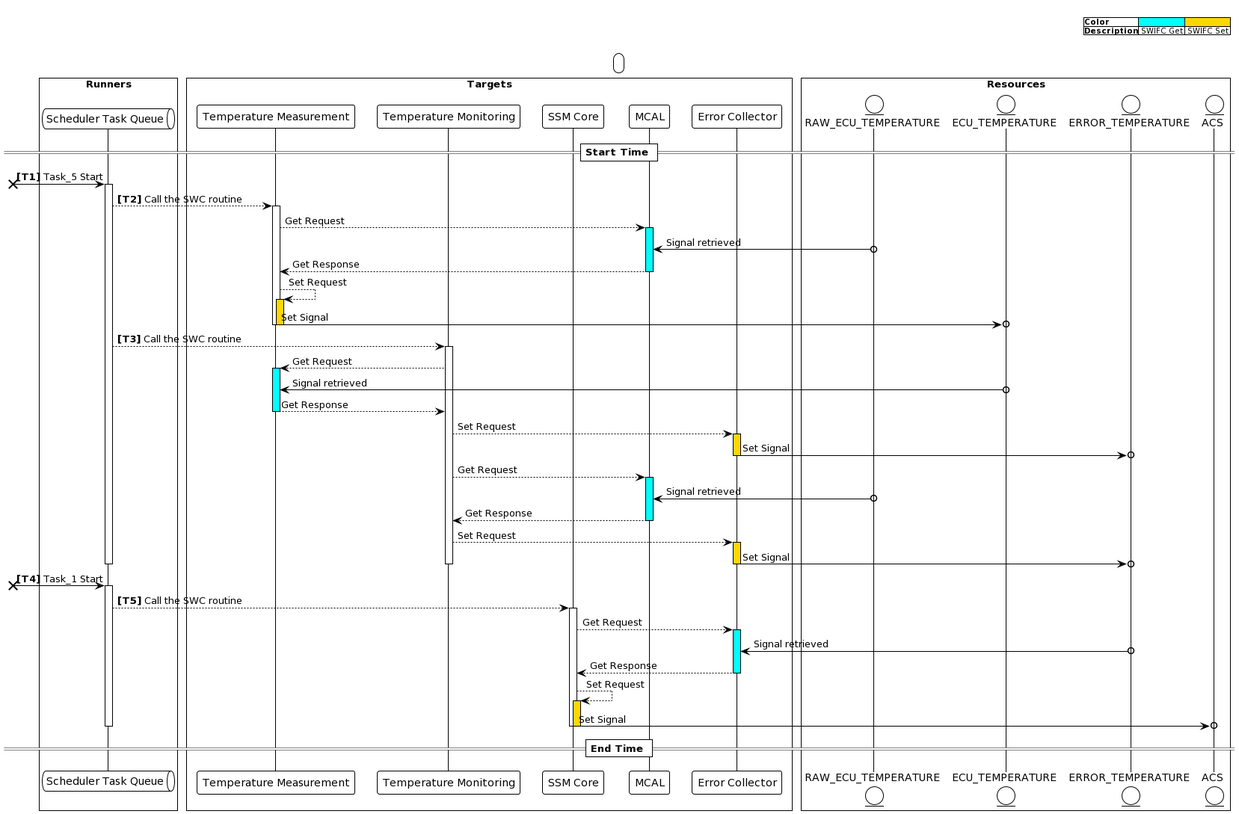
Earlier version of the PlantUML export temperature_error_evaluation.png (MatteoCamagni/G2Puml). The source it was exported from:
```plantuml
@startuml
!theme plain

    header

    	|<b>Color| <#cyan> | <#gold> |
    	|<b>Description| SWIFC Get | SWIFC Set |

    end header

    legend top

    end legend


    box "Runners"
    	queue "Scheduler Task Queue" as scheduler_task_queue

    end box

    box "Targets"
    	participant "Temperature Measurement" as temperature_measurement
	participant "Temperature Monitoring" as temperature_monitoring
	participant "SSM Core" as ssm_core
	participant "MCAL" as mcal
	participant "Error Collector" as error_collector

    end box

    box "Resources"
    	entity "RAW_ECU_TEMPERATURE" as raw_ecu_temperature
	entity "ECU_TEMPERATURE" as ecu_temperature
	entity "ERROR_TEMPERATURE" as error_temperature
	entity "ACS" as acs

    end box

    == Start Time ==



autonumber "<b>[T0]"
    [x-> scheduler_task_queue: Task_5 Start
autonumber stop

	activate scheduler_task_queue

		autonumber resume
    scheduler_task_queue --> temperature_measurement: Call the SWC routine
    autonumber stop
    		activate temperature_measurement


    			temperature_measurement --> mcal ++ #cyan: Get Request
    			raw_ecu_temperature o-> mcal:  Signal retrieved
    			return Get Response


    			temperature_measurement --> temperature_measurement ++ #gold: Set Request
    			temperature_measurement ->o ecu_temperature --: Set Signal

		deactivate temperature_measurement

		autonumber resume
    scheduler_task_queue --> temperature_monitoring: Call the SWC routine
    autonumber stop
    		activate temperature_monitoring


    			temperature_monitoring --> temperature_measurement ++ #cyan: Get Request
    			ecu_temperature o-> temperature_measurement:  Signal retrieved
    			return Get Response


    			temperature_monitoring --> error_collector ++ #gold: Set Request
    			error_collector ->o error_temperature --: Set Signal


    			temperature_monitoring --> mcal ++ #cyan: Get Request
    			raw_ecu_temperature o-> mcal:  Signal retrieved
    			return Get Response


    			temperature_monitoring --> error_collector ++ #gold: Set Request
    			error_collector ->o error_temperature --: Set Signal

		deactivate temperature_monitoring

	deactivate scheduler_task_queue



autonumber resume
    [x-> scheduler_task_queue: Task_1 Start
autonumber stop

	activate scheduler_task_queue


		autonumber resume
    scheduler_task_queue --> ssm_core: Call the SWC routine
    autonumber stop
    		activate ssm_core


    			ssm_core --> error_collector ++ #cyan: Get Request
    			error_temperature o-> error_collector:  Signal retrieved
    			return Get Response


    			ssm_core --> ssm_core ++ #gold: Set Request
    			ssm_core ->o acs --: Set Signal

		deactivate ssm_core

	deactivate scheduler_task_queue



    == End Time ==
@enduml
```
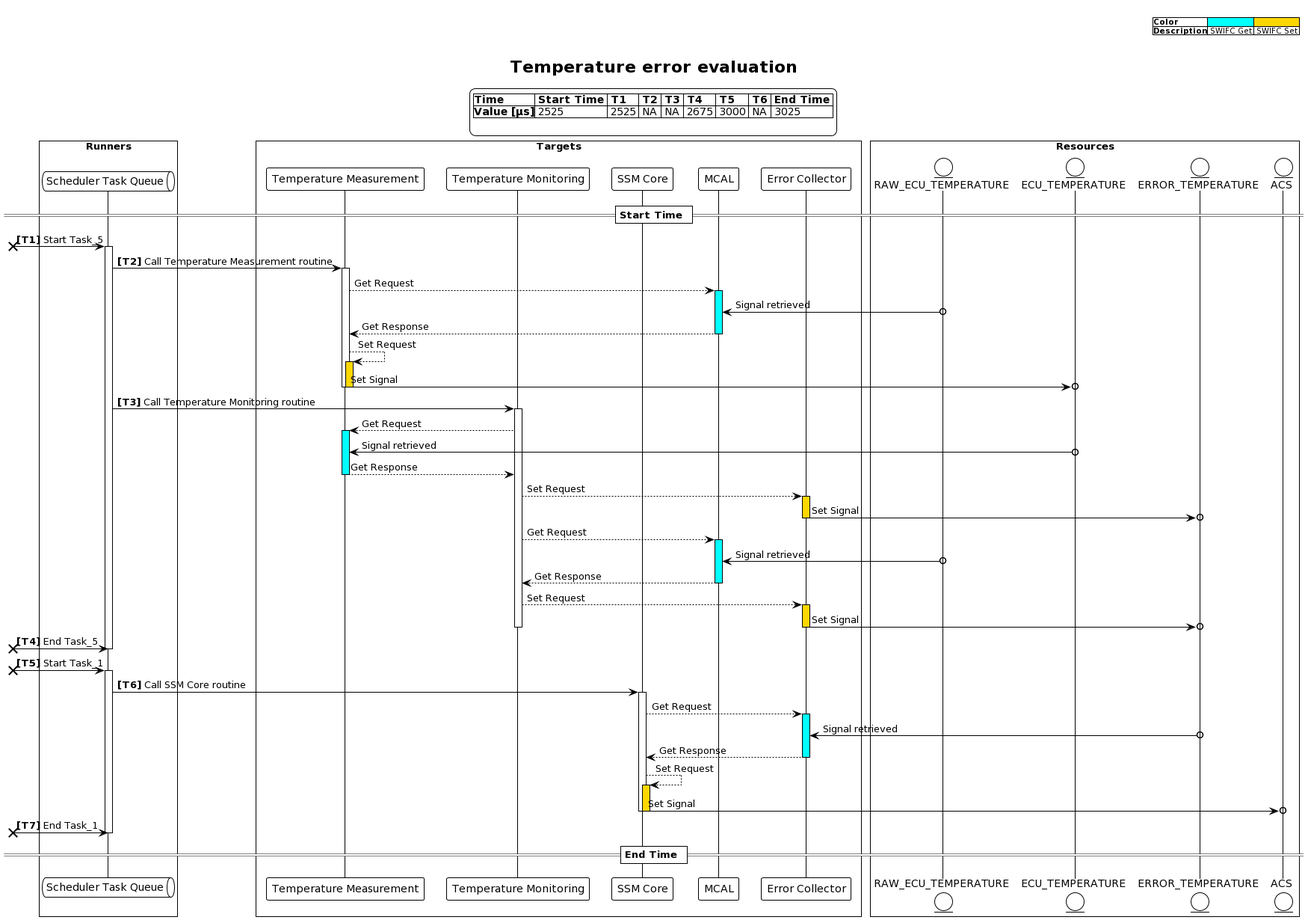
Later version of the same file.

The edit, as a diff of the source:
```diff
@@ -1,5 +1,7 @@
 @startuml
 !theme plain
+
+    title Temperature error evaluation
 
     header
 
@@ -9,6 +11,8 @@
     end header
 
     legend top
+        |<b>Time| <b>Start Time | <b>T1 | <b>T2 | <b>T3 | <b>T4 | <b>T5 | <b>T6 | <b>End Time |
+|<b>Value [&#181;s]| 2525 | 2525 | NA | NA | 2675 | 3000 | NA | 3025 |
 
     end legend
 
@@ -39,16 +43,19 @@
 
 
 
-autonumber "<b>[T0]"
-    [x-> scheduler_task_queue: Task_5 Start
-autonumber stop
+    autonumber "<b>[T0]"
+    [x-> scheduler_task_queue: Start Task_5
+    autonumber stop
 
-	activate scheduler_task_queue
+    	activate scheduler_task_queue
 
-		autonumber resume
-    scheduler_task_queue --> temperature_measurement: Call the SWC routine
-    autonumber stop
-    		activate temperature_measurement
+
+    	autonumber resume
+    	scheduler_task_queue-> temperature_measurement: Call Temperature Measurement routine
+    	autonumber stop
+
+
+		activate temperature_measurement
 
 
     			temperature_measurement --> mcal ++ #cyan: Get Request
@@ -61,10 +68,13 @@
 
 		deactivate temperature_measurement
 
-		autonumber resume
-    scheduler_task_queue --> temperature_monitoring: Call the SWC routine
-    autonumber stop
-    		activate temperature_monitoring
+
+    	autonumber resume
+    	scheduler_task_queue-> temperature_monitoring: Call Temperature Monitoring routine
+    	autonumber stop
+
+
+		activate temperature_monitoring
 
 
     			temperature_monitoring --> temperature_measurement ++ #cyan: Get Request
@@ -86,35 +96,47 @@
 
 		deactivate temperature_monitoring
 
-	deactivate scheduler_task_queue
+
+
+    autonumber resume
+    [x-> scheduler_task_queue: End Task_5
+    autonumber stop
+
+    deactivate scheduler_task_queue
+
+
+    autonumber resume
+    [x-> scheduler_task_queue: Start Task_1
+    autonumber stop
+
+    activate scheduler_task_queue
+
+
+    autonumber resume
+    scheduler_task_queue-> ssm_core: Call SSM Core routine
+    autonumber stop
+
+
+	activate ssm_core
+
+
+    		ssm_core --> error_collector ++ #cyan: Get Request
+    		error_temperature o-> error_collector:  Signal retrieved
+    		return Get Response
+
+
+    		ssm_core --> ssm_core ++ #gold: Set Request
+    		ssm_core ->o acs --: Set Signal
+
+	deactivate ssm_core
 
 
 
-autonumber resume
-    [x-> scheduler_task_queue: Task_1 Start
-autonumber stop
+    autonumber resume
+    [x-> scheduler_task_queue: End Task_1
+    autonumber stop
 
-	activate scheduler_task_queue
-
-
-		autonumber resume
-    scheduler_task_queue --> ssm_core: Call the SWC routine
-    autonumber stop
-    		activate ssm_core
-
-
-    			ssm_core --> error_collector ++ #cyan: Get Request
-    			error_temperature o-> error_collector:  Signal retrieved
-    			return Get Response
-
-
-    			ssm_core --> ssm_core ++ #gold: Set Request
-    			ssm_core ->o acs --: Set Signal
-
-		deactivate ssm_core
-
-	deactivate scheduler_task_queue
-
+    deactivate scheduler_task_queue
 
 
     == End Time ==
```
